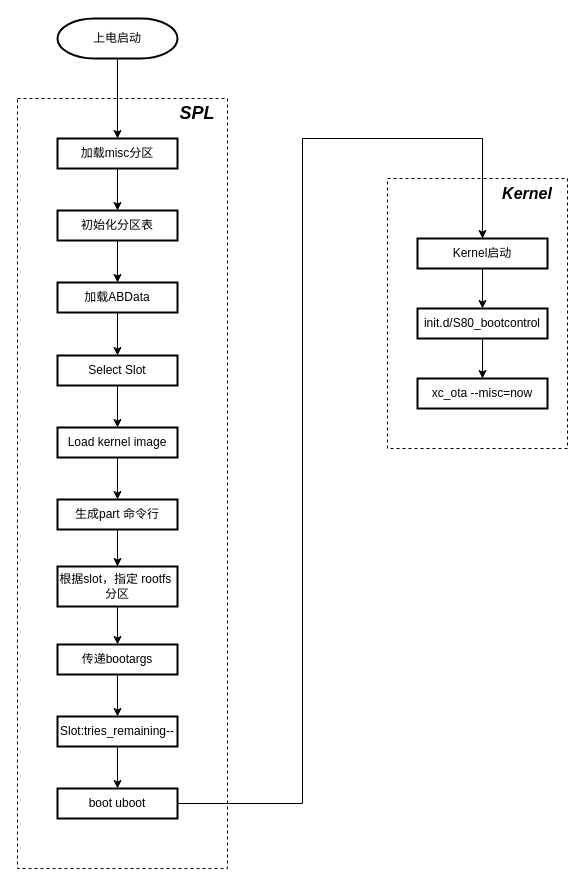
joliet0l/Diagram keeps this draw.io diagram as page "FB" (6 of 7) of AB_upgrade.drawio. Above is the earlier version. Source tidied: cells renumbered, new cells numbered last; positions are measured from the earlier drawing's top-left corner, leaving out a move shared by most shapes. Both pictures are drawn from the tidied source at 100%, with x=0, y=0 at pixel (17, 18).
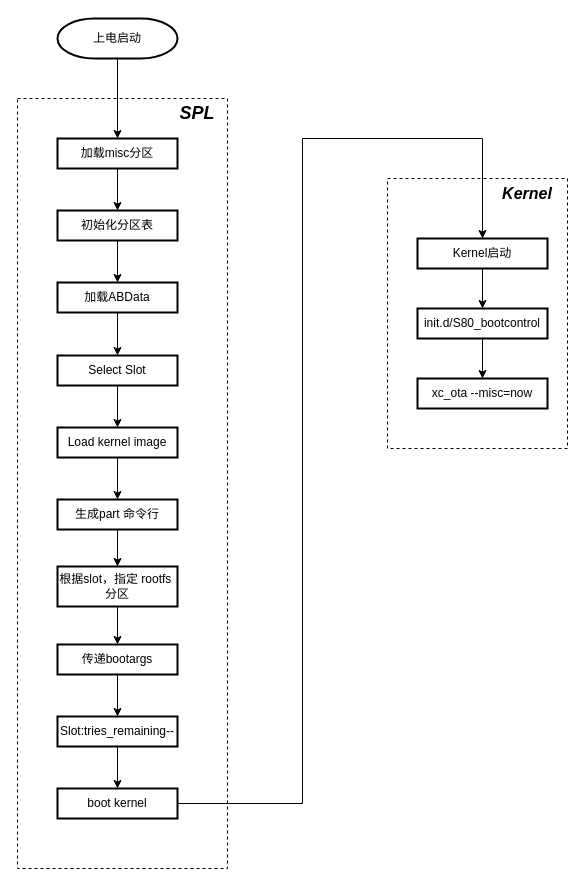
The same diagram, later.

Diff of the diagram source:
```diff
@@
-    <mxCell id="19" value="boot uboot" style="whiteSpace=wrap;html=1;strokeWidth=2;" parent="1" vertex="1">
+    <mxCell id="19" value="boot kernel" style="whiteSpace=wrap;html=1;strokeWidth=2;" parent="1" vertex="1">
       <mxGeometry x="40" y="770" width="120" height="30" as="geometry" />
     </mxCell>
```
